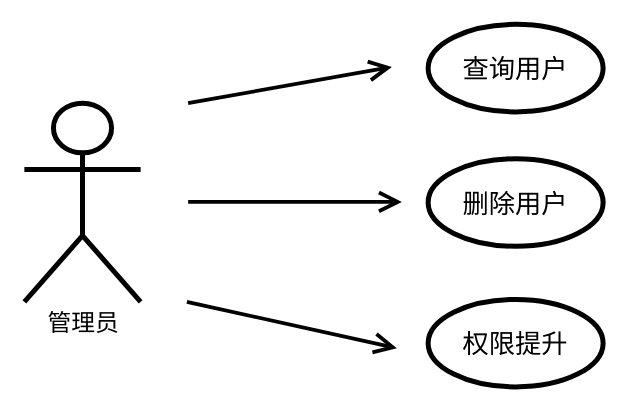
The draw.io diagram page "第 1 页" (1 of 7) of 用户管理子系统.drawio in IRiDecenT/graph, before the edit. Source tidied: cells renumbered, new cells numbered last; positions are measured from the earlier drawing's top-left corner, leaving out a move shared by most shapes. Both pictures are drawn from the tidied source at 125%, with x=0, y=0 at pixel (24, 24).
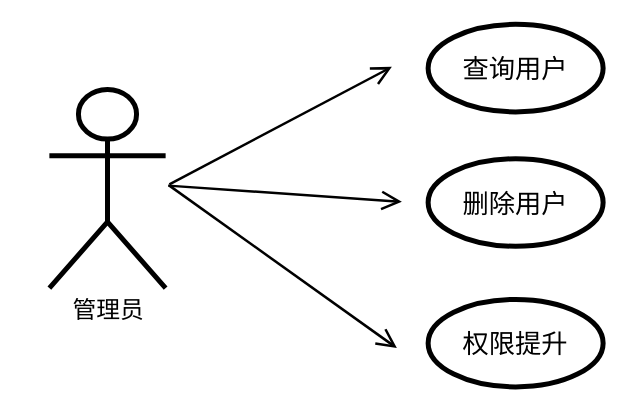
Above is the later version.

The edit, as a diff of the source:
```diff
@@
 <mxGraphModel>
   <root>
     <mxCell id="0" />
     <mxCell id="1" parent="0" />
     <mxCell id="2" value="&lt;font style=&quot;font-size: 19px;&quot;&gt;管理员&lt;/font&gt;" style="shape=umlActor;verticalLabelPosition=bottom;verticalAlign=top;html=1;strokeWidth=4;" parent="1" vertex="1">
-      <mxGeometry y="63" width="93" height="159" as="geometry" />
+      <mxGeometry x="20" y="52" width="93" height="159" as="geometry" />
     </mxCell>
-    <mxCell id="3" style="endArrow=open;endFill=1;endSize=12;html=1;rounded=0;strokeWidth=3;" parent="1" edge="1">
+    <mxCell id="3" style="endArrow=open;endFill=1;endSize=12;html=1;rounded=0;strokeWidth=2;" parent="1" edge="1">
       <mxGeometry relative="1" as="geometry">
-        <mxPoint x="131" y="63" as="sourcePoint" />
+        <mxPoint x="116" y="128" as="sourcePoint" />
         <mxPoint x="294" y="34" as="targetPoint" />
       </mxGeometry>
     </mxCell>
-    <mxCell id="4" style="endArrow=open;endFill=1;endSize=12;html=1;rounded=0;strokeWidth=3;" parent="1" edge="1">
+    <mxCell id="4" style="endArrow=open;endFill=1;endSize=12;html=1;rounded=0;strokeWidth=2;" parent="1" edge="1">
       <mxGeometry relative="1" as="geometry">
-        <mxPoint x="131" y="142" as="sourcePoint" />
+        <mxPoint x="115" y="129" as="sourcePoint" />
         <mxPoint x="302" y="142" as="targetPoint" />
       </mxGeometry>
     </mxCell>
-    <mxCell id="5" style="endArrow=open;endFill=1;endSize=12;html=1;rounded=0;strokeWidth=3;" parent="1" edge="1">
+    <mxCell id="5" style="endArrow=open;endFill=1;endSize=12;html=1;rounded=0;strokeWidth=2;" parent="1" edge="1">
       <mxGeometry relative="1" as="geometry">
-        <mxPoint x="130" y="222" as="sourcePoint" />
+        <mxPoint x="116" y="129" as="sourcePoint" />
         <mxPoint x="298" y="259" as="targetPoint" />
       </mxGeometry>
     </mxCell>
     <mxCell id="6" value="&lt;font style=&quot;font-size: 21px;&quot;&gt;查询用户&lt;/font&gt;" style="ellipse;whiteSpace=wrap;html=1;strokeWidth=4;" parent="1" vertex="1">
       <mxGeometry x="323" width="140" height="70" as="geometry" />
     </mxCell>
     <mxCell id="7" value="&lt;font style=&quot;font-size: 21px;&quot;&gt;删除用户&lt;/font&gt;" style="ellipse;whiteSpace=wrap;html=1;strokeWidth=4;" parent="1" vertex="1">
       <mxGeometry x="323" y="107.5" width="140" height="70" as="geometry" />
     </mxCell>
     <mxCell id="8" value="&lt;font style=&quot;font-size: 21px;&quot;&gt;权限提升&lt;/font&gt;" style="ellipse;whiteSpace=wrap;html=1;strokeWidth=4;" parent="1" vertex="1">
       <mxGeometry x="323" y="220" width="140" height="70" as="geometry" />
     </mxCell>
   </root>
 </mxGraphModel>
```
